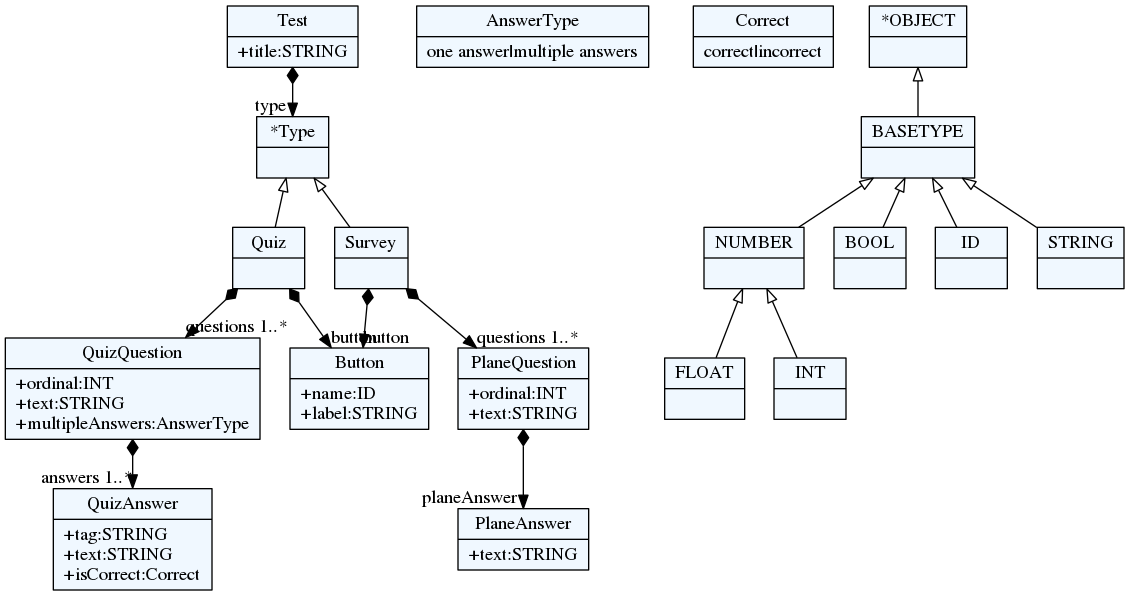
Earlier version of the Graphviz export quiz/quiz.png (igen-ftn/quizgen). Its source is kept beside it as quiz/quiz.dot.
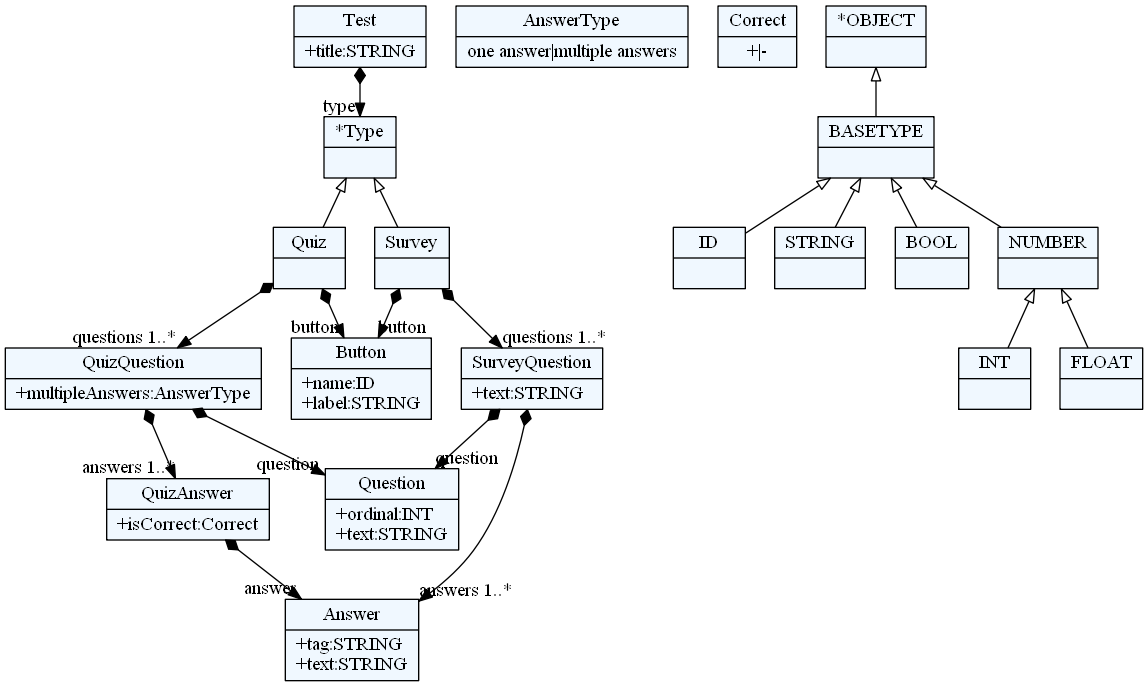
After the commit.

Change to the diagram source:
```diff
@@ -10,59 +10,64 @@
     edge[dir=black,arrowtail=empty]
 
 
-30023624[ label="{QuizAnswer|+tag:STRING\l+text:STRING\l+isCorrect:Correct\l}"]
+2153156395592 -> 2153156398424[arrowtail=diamond, dir=both, headlabel="type "]
+2153156395592[ label="{Test|+title:STRING\l}"]
 
-29637864[ label="{PlaneAnswer|+text:STRING\l}"]
+2153156398424[ label="{*Type|}"]
+2153156398424 -> 2153156414472 [dir=back]
+2153156398424 -> 2153156416360 [dir=back]
 
-30083048 -> 29637864[arrowtail=diamond, dir=both, headlabel="planeAnswer "]
-30083048[ label="{PlaneQuestion|+ordinal:INT\l+text:STRING\l}"]
+2153156414472 -> 2153156427688[arrowtail=diamond, dir=both, headlabel="questions 1..*"]
+2153156414472 -> 2153156437128[arrowtail=diamond, dir=both, headlabel="button "]
+2153156414472[ label="{Quiz|}"]
 
-29095336[ label="{*Type|}"]
-29095336 -> 30211784 [dir=back]
-29095336 -> 30156664 [dir=back]
+2153156416360 -> 2153156422968[arrowtail=diamond, dir=both, headlabel="questions 1..*"]
+2153156416360 -> 2153156437128[arrowtail=diamond, dir=both, headlabel="button "]
+2153156416360[ label="{Survey|}"]
 
-30192040 -> 30023624[arrowtail=diamond, dir=both, headlabel="answers 1..*"]
-30192040[ label="{QuizQuestion|+ordinal:INT\l+text:STRING\l+multipleAnswers:AnswerType\l}"]
+2153156427688 -> 2153156426744[arrowtail=diamond, dir=both, headlabel="question "]
+2153156427688 -> 2153156448456[arrowtail=diamond, dir=both, headlabel="answers 1..*"]
+2153156427688[ label="{QuizQuestion|+multipleAnswers:AnswerType\l}"]
 
-30308744 -> 29095336[arrowtail=diamond, dir=both, headlabel="type "]
-30308744[ label="{Test|+title:STRING\l}"]
+2153156421080[ label="{AnswerType|one answer\|multiple answers}"]
 
-30156664 -> 30083048[arrowtail=diamond, dir=both, headlabel="questions 1..*"]
-30156664 -> 30202856[arrowtail=diamond, dir=both, headlabel="button "]
-30156664[ label="{Survey|}"]
+2153156422968 -> 2153156426744[arrowtail=diamond, dir=both, headlabel="question "]
+2153156422968 -> 2153156444680[arrowtail=diamond, dir=both, headlabel="answers 1..*"]
+2153156422968[ label="{SurveyQuestion|+text:STRING\l}"]
 
-30225736[ label="{AnswerType|one answer\|multiple answers}"]
+2153156426744[ label="{Question|+ordinal:INT\l+text:STRING\l}"]
 
-30047176[ label="{Correct|correct\|incorrect}"]
+2153156448456 -> 2153156444680[arrowtail=diamond, dir=both, headlabel="answer "]
+2153156448456[ label="{QuizAnswer|+isCorrect:Correct\l}"]
 
-30211784 -> 30192040[arrowtail=diamond, dir=both, headlabel="questions 1..*"]
-30211784 -> 30202856[arrowtail=diamond, dir=both, headlabel="button "]
-30211784[ label="{Quiz|}"]
+2153156436184[ label="{Correct|+\|-}"]
 
-30202856[ label="{Button|+name:ID\l+label:STRING\l}"]
+2153156444680[ label="{Answer|+tag:STRING\l+text:STRING\l}"]
 
-29606488[ label="{NUMBER|}"]
-29606488 -> 30013160 [dir=back]
-29606488 -> 29087000 [dir=back]
+2153156437128[ label="{Button|+name:ID\l+label:STRING\l}"]
 
-30278536[ label="{BOOL|}"]
+2153156376712[ label="{ID|}"]
 
-29913288[ label="{*OBJECT|}"]
-29913288 -> 29528504 [dir=back]
+2153156396536[ label="{STRING|}"]
 
-29528504[ label="{BASETYPE|}"]
-29528504 -> 29606488 [dir=back]
-29528504 -> 30278536 [dir=back]
-29528504 -> 29853048 [dir=back]
-29528504 -> 30059064 [dir=back]
+2153156405032[ label="{BOOL|}"]
 
-29087000[ label="{INT|}"]
+2153156406920[ label="{INT|}"]
 
-30059064[ label="{STRING|}"]
+2153156409752[ label="{FLOAT|}"]
 
-29853048[ label="{ID|}"]
+2153156411640[ label="{NUMBER|}"]
+2153156411640 -> 2153156409752 [dir=back]
+2153156411640 -> 2153156406920 [dir=back]
 
-30013160[ label="{FLOAT|}"]
+2153156419192[ label="{BASETYPE|}"]
+2153156419192 -> 2153156411640 [dir=back]
+2153156419192 -> 2153156405032 [dir=back]
+2153156419192 -> 2153156376712 [dir=back]
+2153156419192 -> 2153156396536 [dir=back]
+
+2153156432408[ label="{*OBJECT|}"]
+2153156432408 -> 2153156419192 [dir=back]
 
 
 }
```
